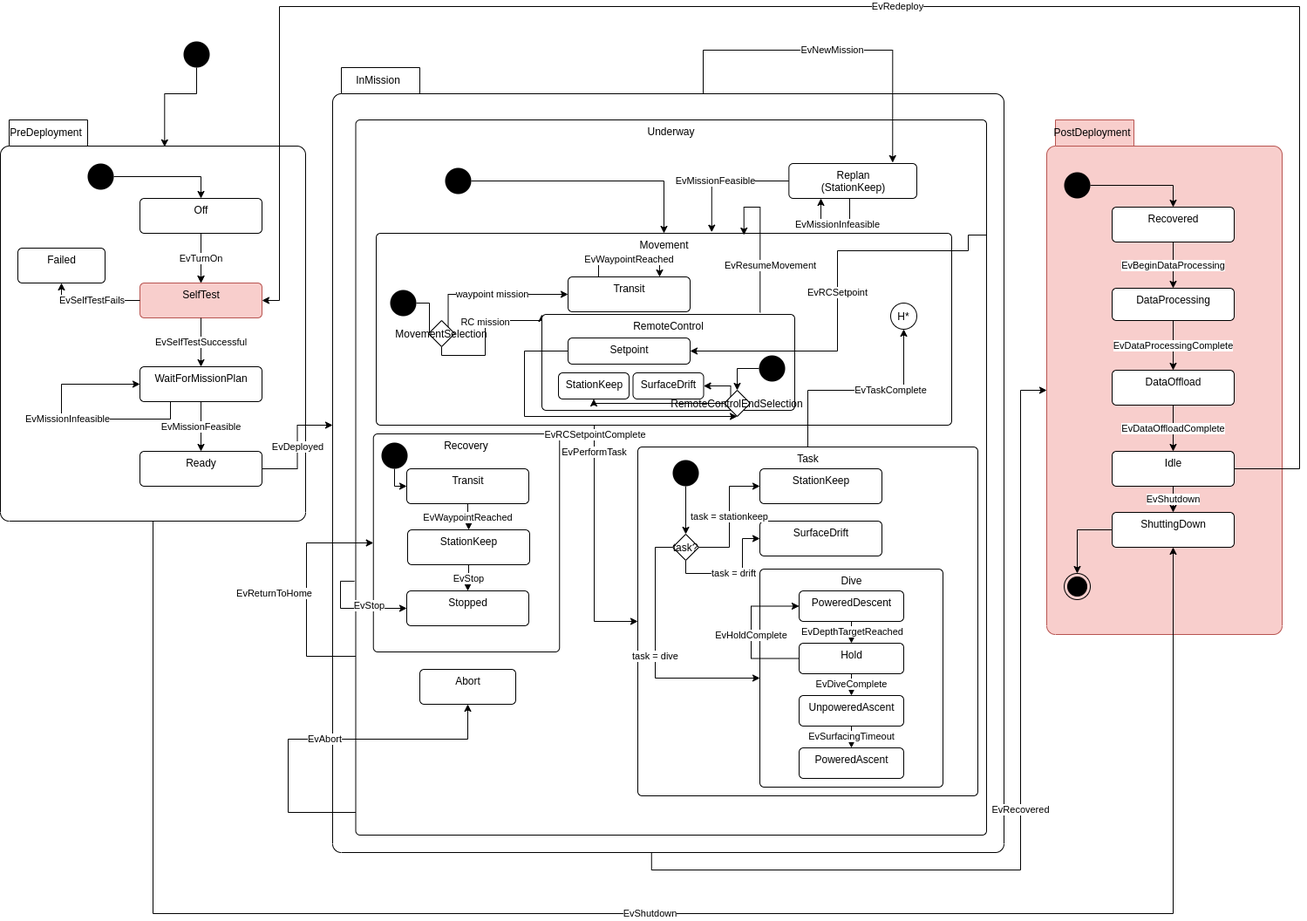
Above: src/doc/figures/mission-states.png in jaiarobotics/jaiabot (draw.io), before the change. Source tidied: cells renumbered, new cells last; positions are measured from the earlier drawing's top-left corner, leaving out a move shared by most shapes.
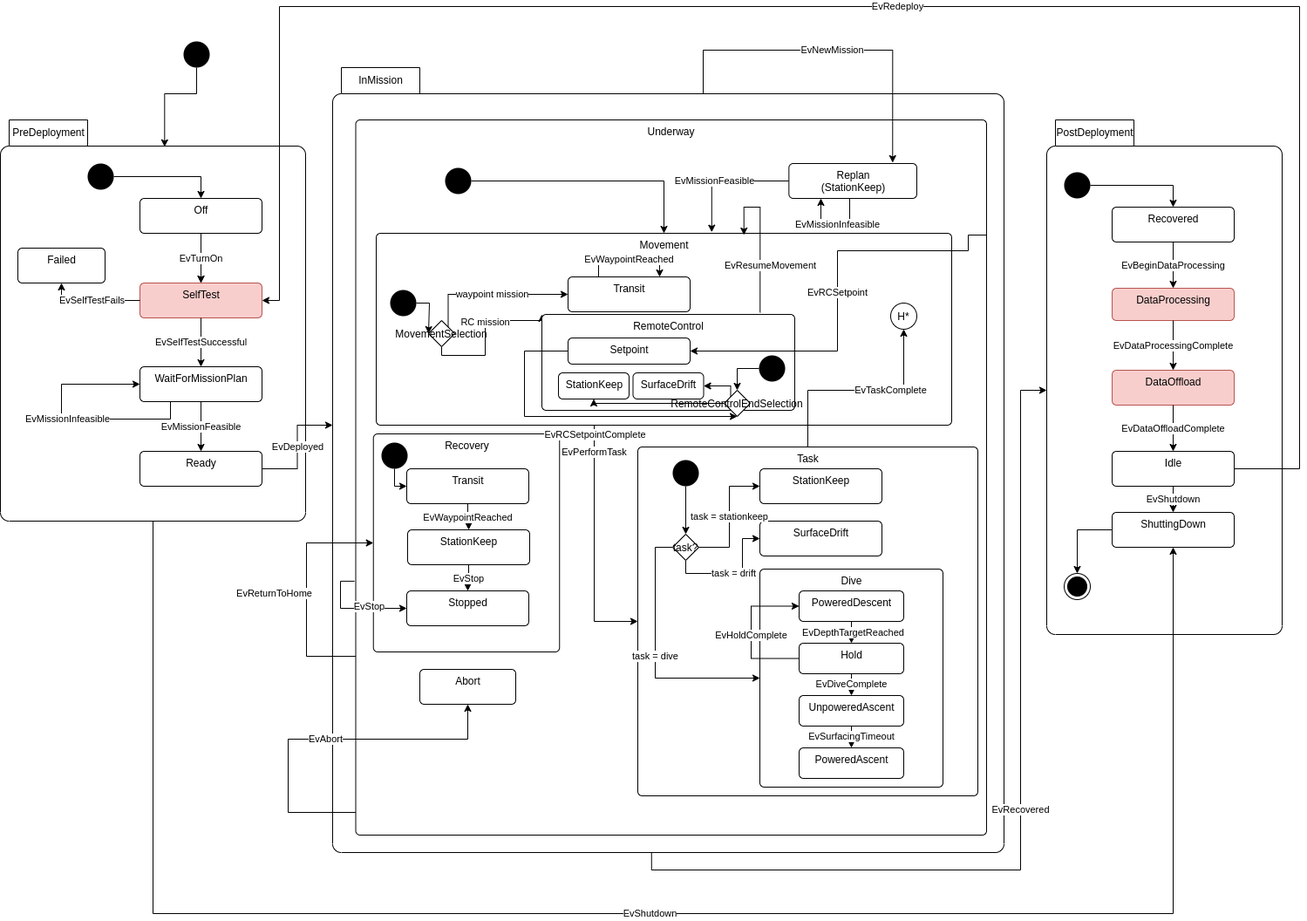
Later version of the same file.

Diff of the diagram source:
```diff
@@ -5,19 +5,19 @@
     <mxCell id="2" style="group;" parent="1" vertex="1">
       <mxGeometry x="1200" y="140" width="270" height="580" as="geometry" />
     </mxCell>
-    <mxCell id="3" value="PostDeployment" style="shape=folder;align=center;verticalAlign=middle;fontStyle=0;tabWidth=100;tabHeight=30;tabPosition=left;html=1;boundedLbl=1;labelInHeader=1;rounded=1;absoluteArcSize=1;arcSize=10;fillColor=#f8cecc;strokeColor=#b85450;" parent="2" vertex="1">
+    <mxCell id="3" value="PostDeployment" style="shape=folder;align=center;verticalAlign=middle;fontStyle=0;tabWidth=100;tabHeight=30;tabPosition=left;html=1;boundedLbl=1;labelInHeader=1;rounded=1;absoluteArcSize=1;arcSize=10;" parent="2" vertex="1">
       <mxGeometry y="-10" width="270" height="590" as="geometry" />
     </mxCell>
     <mxCell id="4" value="Recovered" style="html=1;align=center;verticalAlign=top;rounded=1;absoluteArcSize=1;arcSize=10;dashed=0;" parent="2" vertex="1">
       <mxGeometry x="75" y="90" width="140" height="40" as="geometry" />
     </mxCell>
-    <mxCell id="5" value="DataProcessing" style="html=1;align=center;verticalAlign=top;rounded=1;absoluteArcSize=1;arcSize=10;dashed=0;" parent="2" vertex="1">
+    <mxCell id="5" value="DataProcessing" style="html=1;align=center;verticalAlign=top;rounded=1;absoluteArcSize=1;arcSize=10;dashed=0;fillColor=#f8cecc;strokeColor=#b85450;" parent="2" vertex="1">
       <mxGeometry x="75" y="183" width="140" height="37" as="geometry" />
     </mxCell>
     <mxCell id="6" value="EvBeginDataProcessing" style="edgeStyle=orthogonalEdgeStyle;rounded=0;jettySize=auto;html=1;" parent="2" edge="1" source="4" target="5">
       <mxGeometry relative="1" as="geometry" />
     </mxCell>
-    <mxCell id="7" value="DataOffload" style="html=1;align=center;verticalAlign=top;rounded=1;absoluteArcSize=1;arcSize=10;dashed=0;" parent="2" vertex="1">
+    <mxCell id="7" value="DataOffload" style="html=1;align=center;verticalAlign=top;rounded=1;absoluteArcSize=1;arcSize=10;dashed=0;fillColor=#f8cecc;strokeColor=#b85450;" parent="2" vertex="1">
       <mxGeometry x="75" y="277" width="140" height="40" as="geometry" />
     </mxCell>
     <mxCell id="8" value="EvDataProcessingComplete" style="edgeStyle=orthogonalEdgeStyle;rounded=0;jettySize=auto;html=1;" parent="2" edge="1" source="5" target="7">
```
